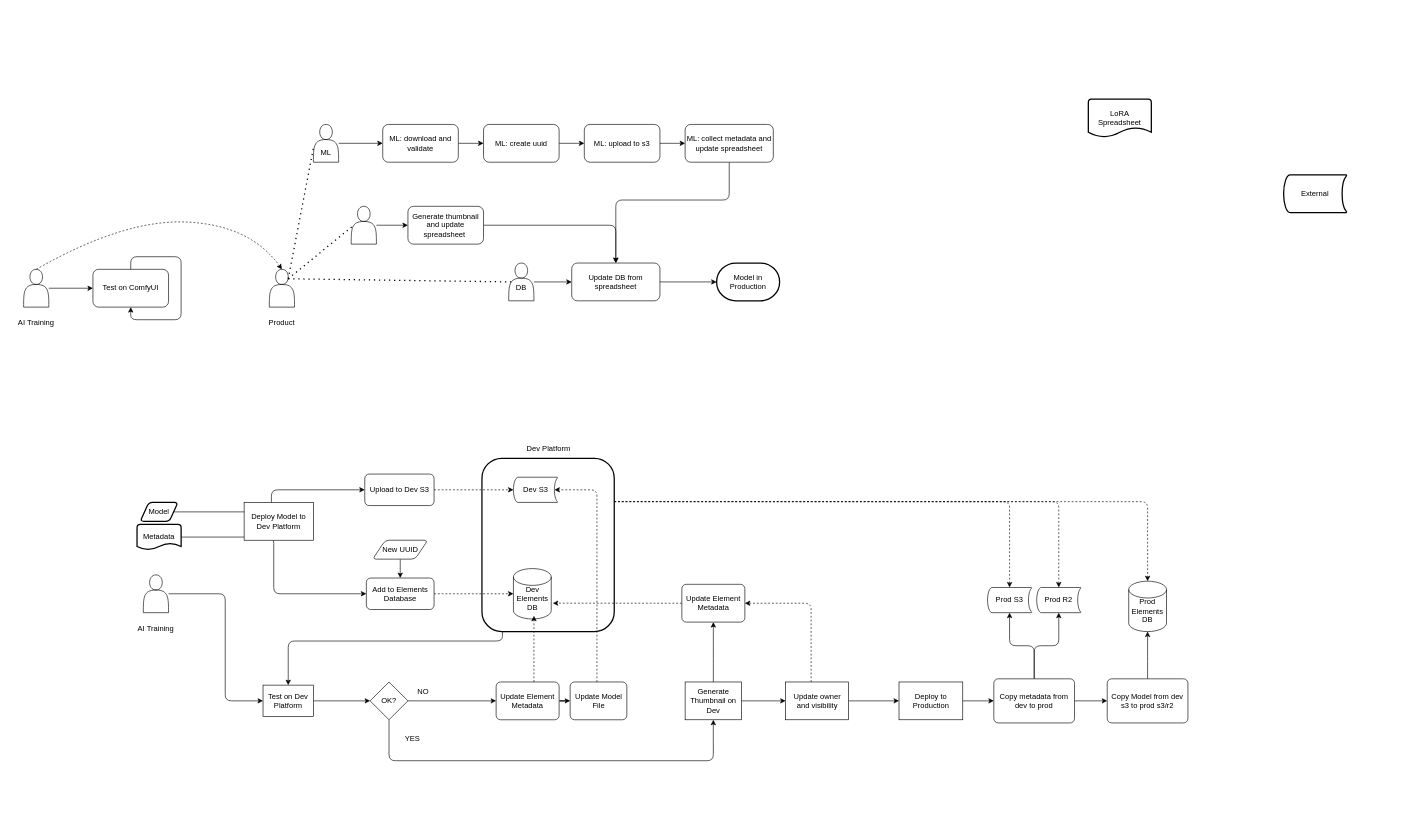
Before: LoRA-lifecycles.drawio in lachlan-nicholson/gravity, a draw.io diagram. Source tidied: cells renumbered, new cells numbered last; positions are measured from the earlier drawing's top-left corner, leaving out a move shared by most shapes. Both pictures are drawn from the tidied source at 63%, with x=0, y=0 at pixel (11, 99).
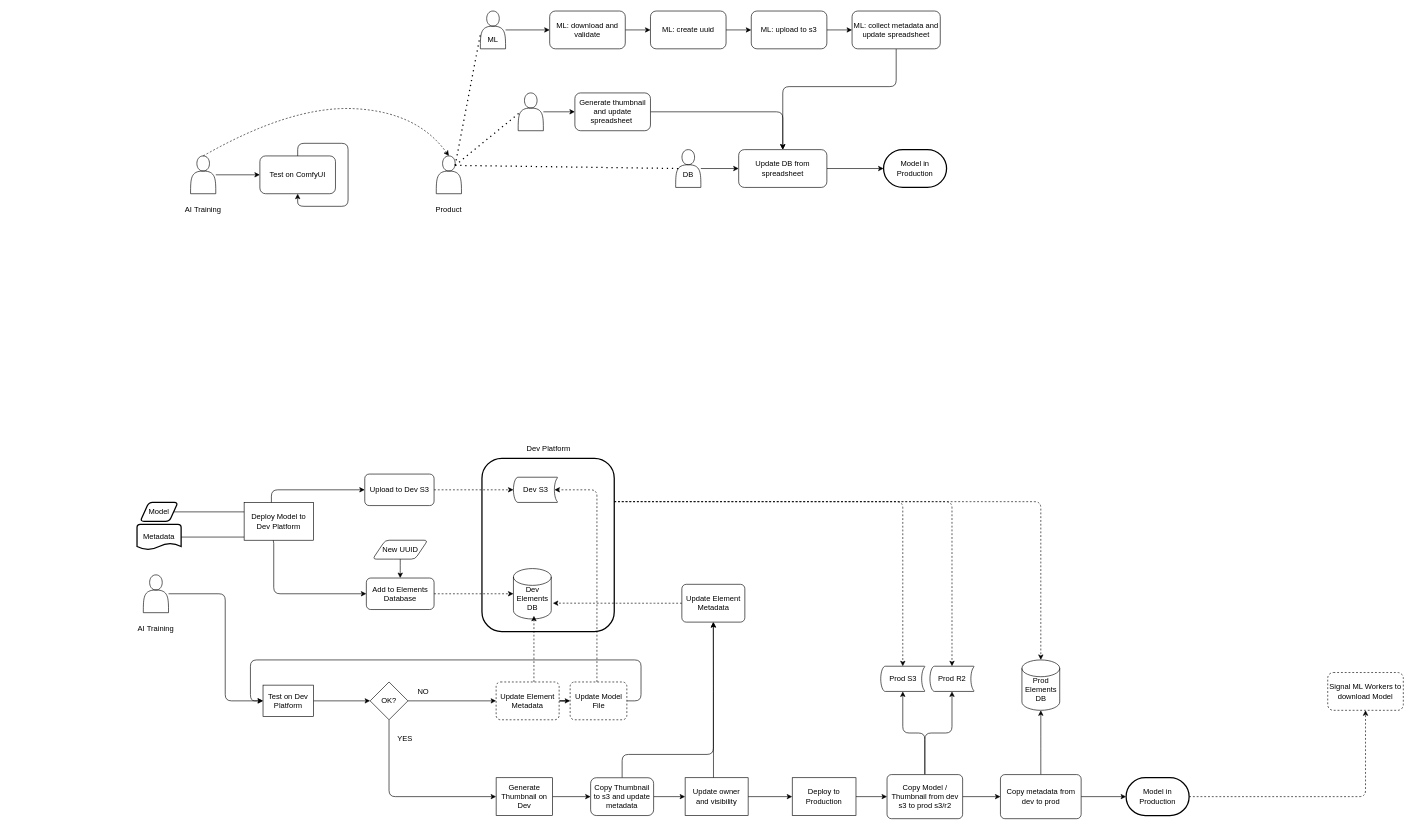
After the change.

Unchanged cells that the change refers to:
```xml
<mxCell id="52" value="Test on Dev Platform" style="rounded=1;whiteSpace=wrap;html=1;absoluteArcSize=1;arcSize=0;strokeWidth=1;" parent="1" vertex="1">
  <mxGeometry x="400" y="930" width="80" height="50" as="geometry" />
</mxCell>
<mxCell id="55" value="OK?" style="strokeWidth=1;html=1;shape=mxgraph.flowchart.decision;whiteSpace=wrap;rounded=1;" parent="1" vertex="1">
  <mxGeometry x="570" y="925" width="60" height="60" as="geometry" />
</mxCell>
<mxCell id="81" style="rounded=1;whiteSpace=wrap;html=1;fillColor=none;strokeWidth=2;" parent="1" vertex="1">
  <mxGeometry x="747.5" y="570" width="210" height="275" as="geometry" />
</mxCell>
<mxCell id="85" value="Update Element Metadata" style="rounded=1;whiteSpace=wrap;html=1;absoluteArcSize=1;arcSize=14;strokeWidth=1;" parent="1" vertex="1">
  <mxGeometry x="1064.8" y="770" width="100" height="60" as="geometry" />
</mxCell>
```

What changed in the source:
```diff
@@
     <mxCell id="3" style="shape=actor;whiteSpace=wrap;html=1;rounded=1;" parent="1" vertex="1">
-      <mxGeometry x="20" y="270" width="40" height="60" as="geometry" />
+      <mxGeometry x="285" y="90" width="40" height="60" as="geometry" />
     </mxCell>
     <mxCell id="4" value="Test on ComfyUI" style="rounded=1;whiteSpace=wrap;html=1;" parent="1" vertex="1">
-      <mxGeometry x="130" y="270" width="120" height="60" as="geometry" />
+      <mxGeometry x="395" y="90" width="120" height="60" as="geometry" />
     </mxCell>
@@
     <mxCell id="6" value="&lt;p style=&quot;line-height: 140%;&quot;&gt;&lt;br&gt;&lt;/p&gt;" style="shape=actor;whiteSpace=wrap;html=1;rounded=1;" parent="1" vertex="1">
-      <mxGeometry x="480" y="40" width="40" height="60" as="geometry" />
+      <mxGeometry x="745" y="-140" width="40" height="60" as="geometry" />
     </mxCell>
@@
     <mxCell id="8" value="ML: download and validate" style="rounded=1;whiteSpace=wrap;html=1;" parent="1" vertex="1">
-      <mxGeometry x="590" y="40" width="120" height="60" as="geometry" />
+      <mxGeometry x="855" y="-140" width="120" height="60" as="geometry" />
     </mxCell>
@@
     <mxCell id="10" value="ML: upload to s3" style="rounded=1;whiteSpace=wrap;html=1;" parent="1" vertex="1">
-      <mxGeometry x="910" y="40" width="120" height="60" as="geometry" />
+      <mxGeometry x="1175" y="-140" width="120" height="60" as="geometry" />
     </mxCell>
     <mxCell id="11" style="edgeStyle=orthogonalEdgeStyle;rounded=1;jettySize=auto;html=1;entryX=0.5;entryY=0;entryDx=0;entryDy=0;" parent="1" edge="1" source="12" target="36">
       <mxGeometry relative="1" as="geometry">
         <Array as="points">
-          <mxPoint x="1140" y="160" />
-          <mxPoint x="960" y="160" />
+          <mxPoint x="1405" y="-20" />
+          <mxPoint x="1225" y="-20" />
         </Array>
       </mxGeometry>
     </mxCell>
     <mxCell id="12" value="ML: collect metadata and update spreadsheet" style="rounded=1;whiteSpace=wrap;html=1;" parent="1" vertex="1">
-      <mxGeometry x="1070" y="40" width="140" height="60" as="geometry" />
+      <mxGeometry x="1335" y="-140" width="140" height="60" as="geometry" />
     </mxCell>
@@
     <mxCell id="14" style="shape=actor;whiteSpace=wrap;html=1;rounded=1;" parent="1" vertex="1">
-      <mxGeometry x="540" y="170" width="40" height="60" as="geometry" />
+      <mxGeometry x="805" y="-10" width="40" height="60" as="geometry" />
     </mxCell>
@@
     <mxCell id="16" value="ML: create uuid" style="rounded=1;whiteSpace=wrap;html=1;" parent="1" vertex="1">
-      <mxGeometry x="750" y="40" width="120" height="60" as="geometry" />
+      <mxGeometry x="1015" y="-140" width="120" height="60" as="geometry" />
     </mxCell>
@@
     <mxCell id="18" value="Generate thumbnail and update spreadsheet&amp;nbsp;" style="rounded=1;whiteSpace=wrap;html=1;" parent="1" vertex="1">
-      <mxGeometry x="630" y="170" width="120" height="60" as="geometry" />
+      <mxGeometry x="895" y="-10" width="120" height="60" as="geometry" />
     </mxCell>
@@
-    <mxCell id="20" value="External" style="strokeWidth=2;html=1;shape=mxgraph.flowchart.stored_data;whiteSpace=wrap;rounded=1;" parent="1" vertex="1">
-      <mxGeometry x="2020" y="120" width="100" height="60" as="geometry" />
-    </mxCell>
@@
-    <mxCell id="22" value="LoRA Spreadsheet" style="strokeWidth=2;html=1;shape=mxgraph.flowchart.document2;whiteSpace=wrap;size=0.25;rounded=1;" parent="1" vertex="1">
-      <mxGeometry x="1710" width="100" height="60" as="geometry" />
-    </mxCell>
@@
     <mxCell id="24" style="shape=actor;whiteSpace=wrap;html=1;rounded=1;" parent="1" vertex="1">
-      <mxGeometry x="790" y="260" width="40" height="60" as="geometry" />
+      <mxGeometry x="1055" y="80" width="40" height="60" as="geometry" />
     </mxCell>
@@
     <mxCell id="26" style="shape=actor;whiteSpace=wrap;html=1;rounded=1;" parent="1" vertex="1">
-      <mxGeometry x="410" y="270" width="40" height="60" as="geometry" />
+      <mxGeometry x="675" y="90" width="40" height="60" as="geometry" />
     </mxCell>
     <mxCell id="27" style="curved=1;endArrow=classic;html=1;rounded=1;exitX=0.5;exitY=0;exitDx=0;exitDy=0;entryX=0.5;entryY=0;entryDx=0;entryDy=0;dashed=1;" parent="1" edge="1" source="3" target="26">
       <mxGeometry relative="1" as="geometry">
         <Array as="points">
-          <mxPoint x="180" y="190" />
-          <mxPoint x="380" y="200" />
+          <mxPoint x="445" y="10" />
+          <mxPoint x="645" y="20" />
         </Array>
       </mxGeometry>
     </mxCell>
     <mxCell id="28" value="AI Training" style="text;html=1;strokeColor=none;fillColor=none;align=center;verticalAlign=middle;whiteSpace=wrap;rounded=1;" parent="1" vertex="1">
-      <mxGeometry y="340" width="80" height="30" as="geometry" />
+      <mxGeometry x="265" y="160" width="80" height="30" as="geometry" />
     </mxCell>
     <mxCell id="29" value="Product" style="text;html=1;strokeColor=none;fillColor=none;align=center;verticalAlign=middle;whiteSpace=wrap;rounded=1;" parent="1" vertex="1">
-      <mxGeometry x="390" y="340" width="80" height="30" as="geometry" />
+      <mxGeometry x="655" y="160" width="80" height="30" as="geometry" />
     </mxCell>
@@
     <mxCell id="33" value="ML" style="text;html=1;strokeColor=none;fillColor=none;align=center;verticalAlign=middle;whiteSpace=wrap;rounded=1;" parent="1" vertex="1">
-      <mxGeometry x="460" y="70" width="80" height="30" as="geometry" />
+      <mxGeometry x="725" y="-110" width="80" height="30" as="geometry" />
     </mxCell>
     <mxCell id="34" value="DB" style="text;html=1;strokeColor=none;fillColor=none;align=center;verticalAlign=middle;whiteSpace=wrap;rounded=1;" parent="1" vertex="1">
-      <mxGeometry x="770" y="285" width="80" height="30" as="geometry" />
+      <mxGeometry x="1035" y="105" width="80" height="30" as="geometry" />
     </mxCell>
@@
     <mxCell id="36" value="Update DB from spreadsheet" style="rounded=1;whiteSpace=wrap;html=1;" parent="1" vertex="1">
-      <mxGeometry x="890" y="260" width="140" height="60" as="geometry" />
+      <mxGeometry x="1155" y="80" width="140" height="60" as="geometry" />
     </mxCell>
     <mxCell id="37" value="Model in Production" style="strokeWidth=2;html=1;shape=mxgraph.flowchart.terminator;whiteSpace=wrap;rounded=1;" parent="1" vertex="1">
-      <mxGeometry x="1120" y="260" width="100" height="60" as="geometry" />
+      <mxGeometry x="1385" y="80" width="100" height="60" as="geometry" />
     </mxCell>
@@
-    <mxCell id="54" style="edgeStyle=orthogonalEdgeStyle;rounded=1;jettySize=auto;html=1;entryX=0.5;entryY=1;entryDx=0;entryDy=0;strokeWidth=1;" parent="1" edge="1" source="55" target="63">
+    <mxCell id="54" style="edgeStyle=orthogonalEdgeStyle;rounded=1;jettySize=auto;html=1;entryX=0;entryY=0.5;entryDx=0;entryDy=0;" parent="1" edge="1" source="55" target="63">
       <mxGeometry relative="1" as="geometry">
         <Array as="points">
-          <mxPoint x="600" y="1050" />
-          <mxPoint x="1115" y="1050" />
+          <mxPoint x="600" y="1107" />
         </Array>
       </mxGeometry>
     </mxCell>
@@
-    <mxCell id="58" value="Update Element Metadata" style="rounded=1;whiteSpace=wrap;html=1;absoluteArcSize=1;arcSize=14;strokeWidth=1;" parent="1" vertex="1">
+    <mxCell id="58" value="Update Element Metadata" style="rounded=1;whiteSpace=wrap;html=1;absoluteArcSize=1;arcSize=14;strokeWidth=1;dashed=1;" parent="1" vertex="1">
       <mxGeometry x="770" y="925" width="100" height="60" as="geometry" />
     </mxCell>
@@
     <mxCell id="60" value="YES" style="text;html=1;align=center;verticalAlign=middle;strokeColor=none;fillColor=none;strokeWidth=1;" parent="1" vertex="1">
-      <mxGeometry x="611.5" y="1000" width="50" height="30" as="geometry" />
+      <mxGeometry x="600" y="1000" width="50" height="30" as="geometry" />
     </mxCell>
-    <mxCell id="61" style="edgeStyle=orthogonalEdgeStyle;rounded=1;jettySize=auto;html=1;entryX=0;entryY=0.5;entryDx=0;entryDy=0;strokeWidth=1;" parent="1" edge="1" source="63" target="70">
-      <mxGeometry relative="1" as="geometry" />
-    </mxCell>
-    <mxCell id="62" style="edgeStyle=orthogonalEdgeStyle;rounded=1;jettySize=auto;html=1;entryX=0.5;entryY=1;entryDx=0;entryDy=0;strokeWidth=1;" parent="1" edge="1" source="63" target="85">
-      <mxGeometry relative="1" as="geometry" />
-    </mxCell>
+    <mxCell id="89" style="edgeStyle=orthogonalEdgeStyle;rounded=1;jettySize=auto;html=1;entryX=0;entryY=0.5;entryDx=0;entryDy=0;" parent="1" edge="1" source="63" target="94">
+      <mxGeometry relative="1" as="geometry" />
+    </mxCell>
     <mxCell id="63" value="Generate Thumbnail on Dev" style="rounded=1;whiteSpace=wrap;html=1;absoluteArcSize=1;arcSize=0;strokeWidth=1;" parent="1" vertex="1">
-      <mxGeometry x="1070" y="925" width="89.5" height="60" as="geometry" />
+      <mxGeometry x="770" y="1077" width="89.5" height="60" as="geometry" />
     </mxCell>
@@
+    <mxCell id="90" style="edgeStyle=orthogonalEdgeStyle;rounded=1;jettySize=auto;html=1;entryX=0;entryY=0.5;entryDx=0;entryDy=0;" parent="1" edge="1" source="65" target="52">
+      <mxGeometry relative="1" as="geometry">
+        <Array as="points">
+          <mxPoint x="1000" y="955" />
+          <mxPoint x="1000" y="890" />
+          <mxPoint x="380" y="890" />
+          <mxPoint x="380" y="955" />
+        </Array>
+      </mxGeometry>
+    </mxCell>
-    <mxCell id="65" value="Update Model File" style="rounded=1;whiteSpace=wrap;html=1;absoluteArcSize=1;arcSize=14;strokeWidth=1;" parent="1" vertex="1">
+    <mxCell id="65" value="Update Model File" style="rounded=1;whiteSpace=wrap;html=1;absoluteArcSize=1;arcSize=14;strokeWidth=1;dashed=1;" parent="1" vertex="1">
       <mxGeometry x="887.5" y="925" width="90" height="60" as="geometry" />
     </mxCell>
@@
     <mxCell id="67" value="Deploy to Production" style="rounded=1;whiteSpace=wrap;html=1;absoluteArcSize=1;arcSize=0;strokeWidth=1;" parent="1" vertex="1">
-      <mxGeometry x="1409.5" y="925" width="101.2" height="60" as="geometry" />
+      <mxGeometry x="1240" y="1077" width="101.2" height="60" as="geometry" />
     </mxCell>
@@
-    <mxCell id="69" style="edgeStyle=orthogonalEdgeStyle;rounded=1;jettySize=auto;html=1;entryX=1;entryY=0.5;entryDx=0;entryDy=0;dashed=1;strokeWidth=1;" parent="1" edge="1" source="70" target="85">
+    <mxCell id="69" style="edgeStyle=orthogonalEdgeStyle;rounded=1;jettySize=auto;html=1;entryX=0.5;entryY=1;entryDx=0;entryDy=0;strokeWidth=1;" parent="1" edge="1" source="70" target="85">
       <mxGeometry relative="1" as="geometry">
         <Array as="points">
-          <mxPoint x="1270" y="800" />
+          <mxPoint x="1115" y="930" />
+          <mxPoint x="1115" y="930" />
         </Array>
       </mxGeometry>
     </mxCell>
     <mxCell id="70" value="Update owner and visibility" style="rounded=1;whiteSpace=wrap;html=1;absoluteArcSize=1;arcSize=0;strokeWidth=1;" parent="1" vertex="1">
-      <mxGeometry x="1229.5" y="925" width="100" height="60" as="geometry" />
+      <mxGeometry x="1070" y="1077" width="100" height="60" as="geometry" />
     </mxCell>
@@
+    <mxCell id="91" style="edgeStyle=orthogonalEdgeStyle;rounded=1;jettySize=auto;html=1;entryX=0;entryY=0.5;entryDx=0;entryDy=0;entryPerimeter=0;" parent="1" edge="1" source="72" target="96">
+      <mxGeometry relative="1" as="geometry" />
+    </mxCell>
-    <mxCell id="72" value="Copy Model from dev s3 to prod s3/r2" style="rounded=1;whiteSpace=wrap;html=1;absoluteArcSize=1;arcSize=14;strokeWidth=1;" parent="1" vertex="1">
-      <mxGeometry x="1740" y="920" width="128.1" height="70" as="geometry" />
+    <mxCell id="72" value="Copy metadata from dev to prod" style="rounded=1;whiteSpace=wrap;html=1;absoluteArcSize=1;arcSize=14;strokeWidth=1;" parent="1" vertex="1">
+      <mxGeometry x="1570.5" y="1072" width="128.1" height="70" as="geometry" />
     </mxCell>
@@
-    <mxCell id="76" value="Copy metadata from dev to prod" style="rounded=1;whiteSpace=wrap;html=1;absoluteArcSize=1;arcSize=14;strokeWidth=1;" parent="1" vertex="1">
-      <mxGeometry x="1560" y="920" width="128.1" height="70" as="geometry" />
+    <mxCell id="76" value="Copy Model / Thumbnail from dev s3 to prod s3/r2" style="rounded=1;whiteSpace=wrap;html=1;absoluteArcSize=1;arcSize=14;strokeWidth=1;" parent="1" vertex="1">
+      <mxGeometry x="1390.5" y="1072" width="120" height="70" as="geometry" />
     </mxCell>
-    <mxCell id="77" style="edgeStyle=orthogonalEdgeStyle;rounded=1;jettySize=auto;html=1;entryX=0.5;entryY=0;entryDx=0;entryDy=0;strokeWidth=1;" parent="1" edge="1" source="81" target="52">
-      <mxGeometry relative="1" as="geometry">
-        <Array as="points">
-          <mxPoint x="780" y="860" />
-          <mxPoint x="440" y="860" />
-        </Array>
-      </mxGeometry>
-    </mxCell>
@@
     <mxCell id="86" value="&lt;br&gt;Prod Elements DB" style="strokeWidth=1;html=1;shape=mxgraph.flowchart.database;whiteSpace=wrap;rounded=1;" parent="1" vertex="1">
-      <mxGeometry x="1774.1" y="765" width="60" height="80" as="geometry" />
+      <mxGeometry x="1604.6" y="890" width="60" height="80" as="geometry" />
     </mxCell>
     <mxCell id="87" value="Prod S3" style="strokeWidth=1;html=1;shape=mxgraph.flowchart.stored_data;whiteSpace=wrap;rounded=1;" parent="1" vertex="1">
-      <mxGeometry x="1550" y="775" width="70" height="40" as="geometry" />
+      <mxGeometry x="1380.5" y="900" width="70" height="40" as="geometry" />
     </mxCell>
     <mxCell id="88" value="Prod R2" style="strokeWidth=1;html=1;shape=mxgraph.flowchart.stored_data;whiteSpace=wrap;rounded=1;" parent="1" vertex="1">
-      <mxGeometry x="1628.1" y="775" width="70" height="40" as="geometry" />
+      <mxGeometry x="1458.6" y="900" width="70" height="40" as="geometry" />
     </mxCell>
+    <mxCell id="92" style="edgeStyle=orthogonalEdgeStyle;rounded=1;jettySize=auto;html=1;entryX=0;entryY=0.5;entryDx=0;entryDy=0;" parent="1" edge="1" source="94" target="70">
+      <mxGeometry relative="1" as="geometry" />
+    </mxCell>
+    <mxCell id="93" style="edgeStyle=orthogonalEdgeStyle;rounded=1;jettySize=auto;html=1;entryX=0.5;entryY=1;entryDx=0;entryDy=0;" parent="1" edge="1" source="94" target="85">
+      <mxGeometry relative="1" as="geometry">
+        <Array as="points">
+          <mxPoint x="970" y="1040" />
+          <mxPoint x="1115" y="1040" />
+        </Array>
+      </mxGeometry>
+    </mxCell>
+    <mxCell id="94" value="Copy Thumbnail to s3 and update metadata" style="rounded=1;whiteSpace=wrap;html=1;" parent="1" vertex="1">
+      <mxGeometry x="920" y="1077" width="100" height="60" as="geometry" />
+    </mxCell>
+    <mxCell id="95" style="edgeStyle=orthogonalEdgeStyle;rounded=1;jettySize=auto;html=1;entryX=0.5;entryY=1;entryDx=0;entryDy=0;dashed=1;" parent="1" edge="1" source="96" target="97">
+      <mxGeometry relative="1" as="geometry" />
+    </mxCell>
+    <mxCell id="96" value="Model in Production" style="strokeWidth=2;html=1;shape=mxgraph.flowchart.terminator;whiteSpace=wrap;rounded=1;" parent="1" vertex="1">
+      <mxGeometry x="1770" y="1077" width="100" height="60" as="geometry" />
+    </mxCell>
+    <mxCell id="97" value="Signal ML Workers to download Model" style="rounded=1;whiteSpace=wrap;html=1;dashed=1;" parent="1" vertex="1">
+      <mxGeometry x="2090" y="910" width="120" height="60" as="geometry" />
+    </mxCell>
```
